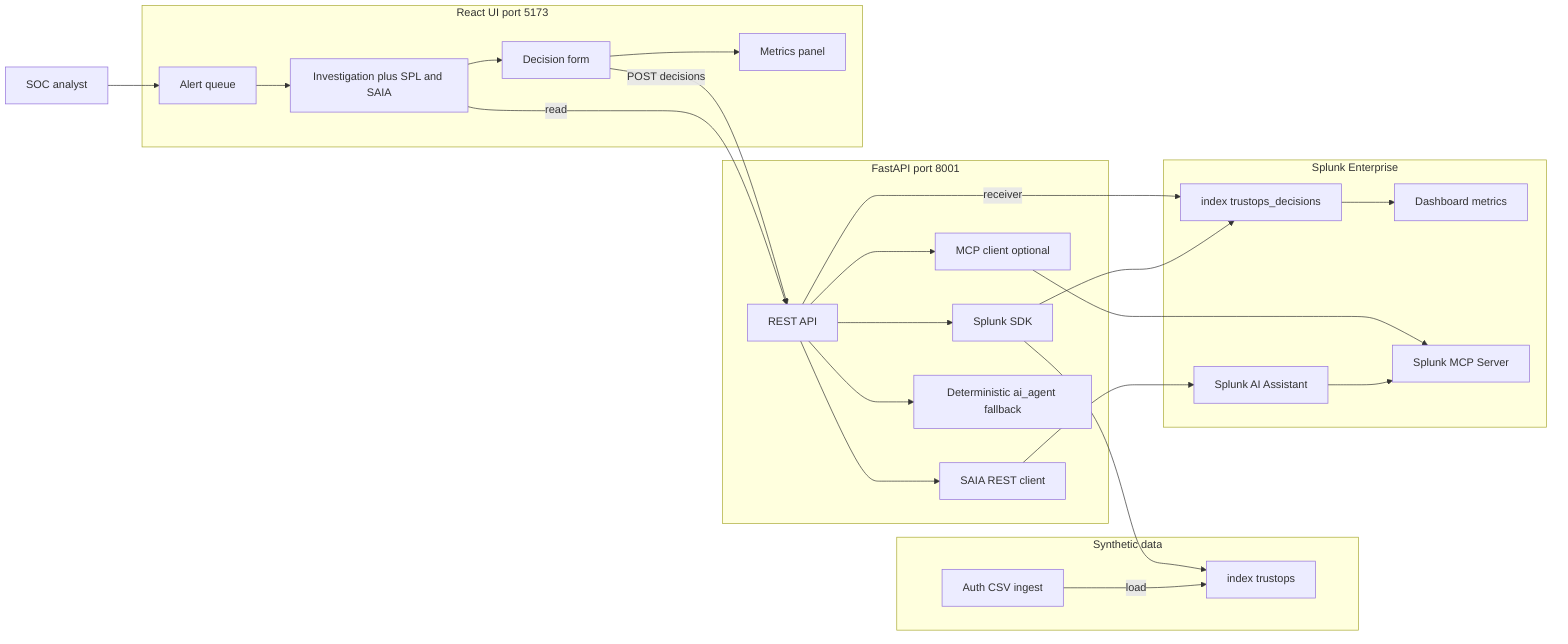
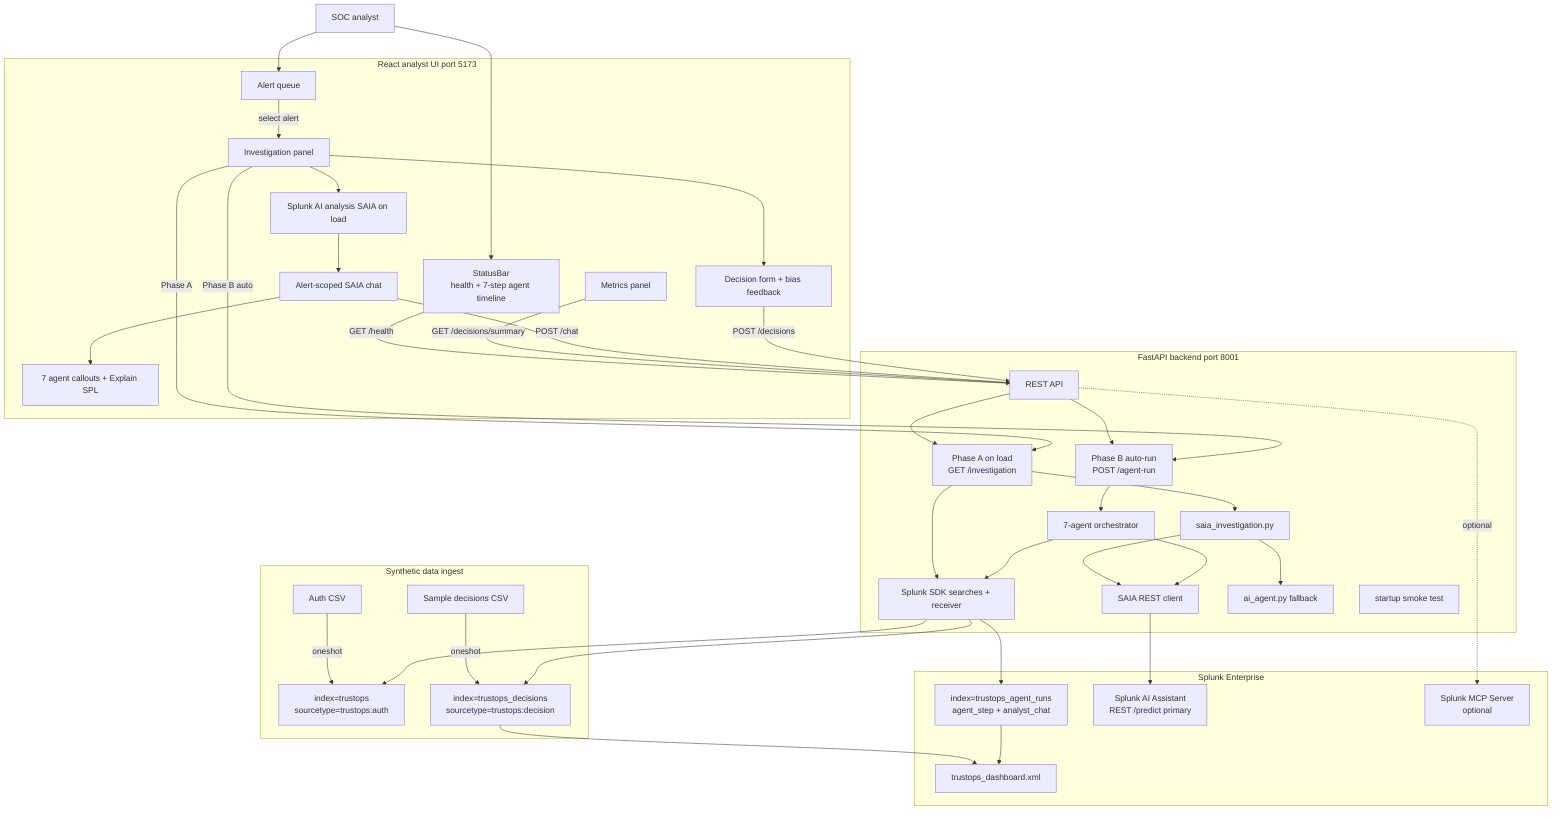
- flowchart LR
-   subgraph ingest["Synthetic data"]
-     CSV["Auth CSV ingest"]
-     CSV -->|load| AUTHIDX["index trustops"]
+ flowchart TB
+   subgraph ingest["Synthetic data ingest"]
+     AuthCSV["Auth CSV"]
+     DecCSV["Sample decisions CSV"]
+     AuthCSV -->|oneshot| AuthIdx["index=trustops<br/>sourcetype=trustops:auth"]
+     DecCSV -->|oneshot| DecIdx["index=trustops_decisions<br/>sourcetype=trustops:decision"]
  end

  subgraph splunk["Splunk Enterprise"]
-     AUTHIDX
-     DECIDX["index trustops_decisions"]
-     DASH["Dashboard metrics"]
-     SAIA["Splunk AI Assistant"]
-     MCP["Splunk MCP Server"]
-     DECIDX --> DASH
-     SAIA --> MCP
+     AuthIdx
+     DecIdx
+     RunIdx["index=trustops_agent_runs<br/>agent_step + analyst_chat"]
+     SAIA["Splunk AI Assistant<br/>REST /predict primary"]
+     MCP["Splunk MCP Server<br/>optional"]
+     Dash["trustops_dashboard.xml"]
+     DecIdx --> Dash
+     RunIdx --> Dash
  end

-   subgraph backend["FastAPI port 8001"]
+   subgraph backend["FastAPI backend port 8001"]
    API["REST API"]
-     SDK["Splunk SDK"]
-     SAIAREST["SAIA REST client"]
-     MCPCLI["MCP client optional"]
-     FALLBACK["Deterministic ai_agent fallback"]
-     API --> SDK
-     API --> SAIAREST
-     API --> MCPCLI
-     API --> FALLBACK
-     SDK --> AUTHIDX
-     SDK --> DECIDX
-     SAIAREST --> SAIA
-     MCPCLI --> MCP
+     SDK["Splunk SDK searches + receiver"]
+     PhaseA["Phase A on load<br/>GET /investigation"]
+     PhaseB["Phase B auto-run<br/>POST /agent-run"]
+     SAIAInv["saia_investigation.py"]
+     Orch["7-agent orchestrator"]
+     SAIARest["SAIA REST client"]
+     Fallback["ai_agent.py fallback"]
+     Smoke["startup smoke test"]
+     API --> PhaseA
+     API --> PhaseB
+     PhaseA --> SDK
+     PhaseA --> SAIAInv
+     SAIAInv --> SAIARest
+     SAIAInv --> Fallback
+     PhaseB --> Orch
+     Orch --> SDK
+     Orch --> SAIARest
+     SAIARest --> SAIA
+     API -.->|optional| MCP
  end

-   subgraph frontend["React UI port 5173"]
-     Q["Alert queue"]
-     I["Investigation plus SPL and SAIA"]
-     F["Decision form"]
-     M["Metrics panel"]
-     Q --> I --> F --> M
+   subgraph ui["React analyst UI port 5173"]
+     StatusBar["StatusBar<br/>health + 7-step agent timeline"]
+     Queue["Alert queue"]
+     InvPanel["Investigation panel"]
+     SAIABlock["Splunk AI analysis SAIA on load"]
+     Chat["Alert-scoped SAIA chat"]
+     Agents["7 agent callouts + Explain SPL"]
+     Decision["Decision form + bias feedback"]
+     Metrics["Metrics panel"]
  end

-   A["SOC analyst"]
-   A --> Q
-   I -->|read| API
-   F -->|POST decisions| API
-   API -->|receiver| DECIDX
+   Analyst["SOC analyst"] --> Queue
+   Analyst --> StatusBar
+   StatusBar -->|"GET /health"| API
+   Queue -->|"select alert"| InvPanel
+   InvPanel --> SAIABlock
+   SAIABlock --> Chat
+   Chat --> Agents
+   InvPanel --> Decision
+   Metrics -->|"GET /decisions/summary"| API
+ 
+   InvPanel -->|"Phase A"| PhaseA
+   InvPanel -->|"Phase B auto"| PhaseB
+   Chat -->|"POST /chat"| API
+   Decision -->|"POST /decisions"| API
+ 
+   SDK --> AuthIdx
+   SDK --> DecIdx
+   SDK --> RunIdx
